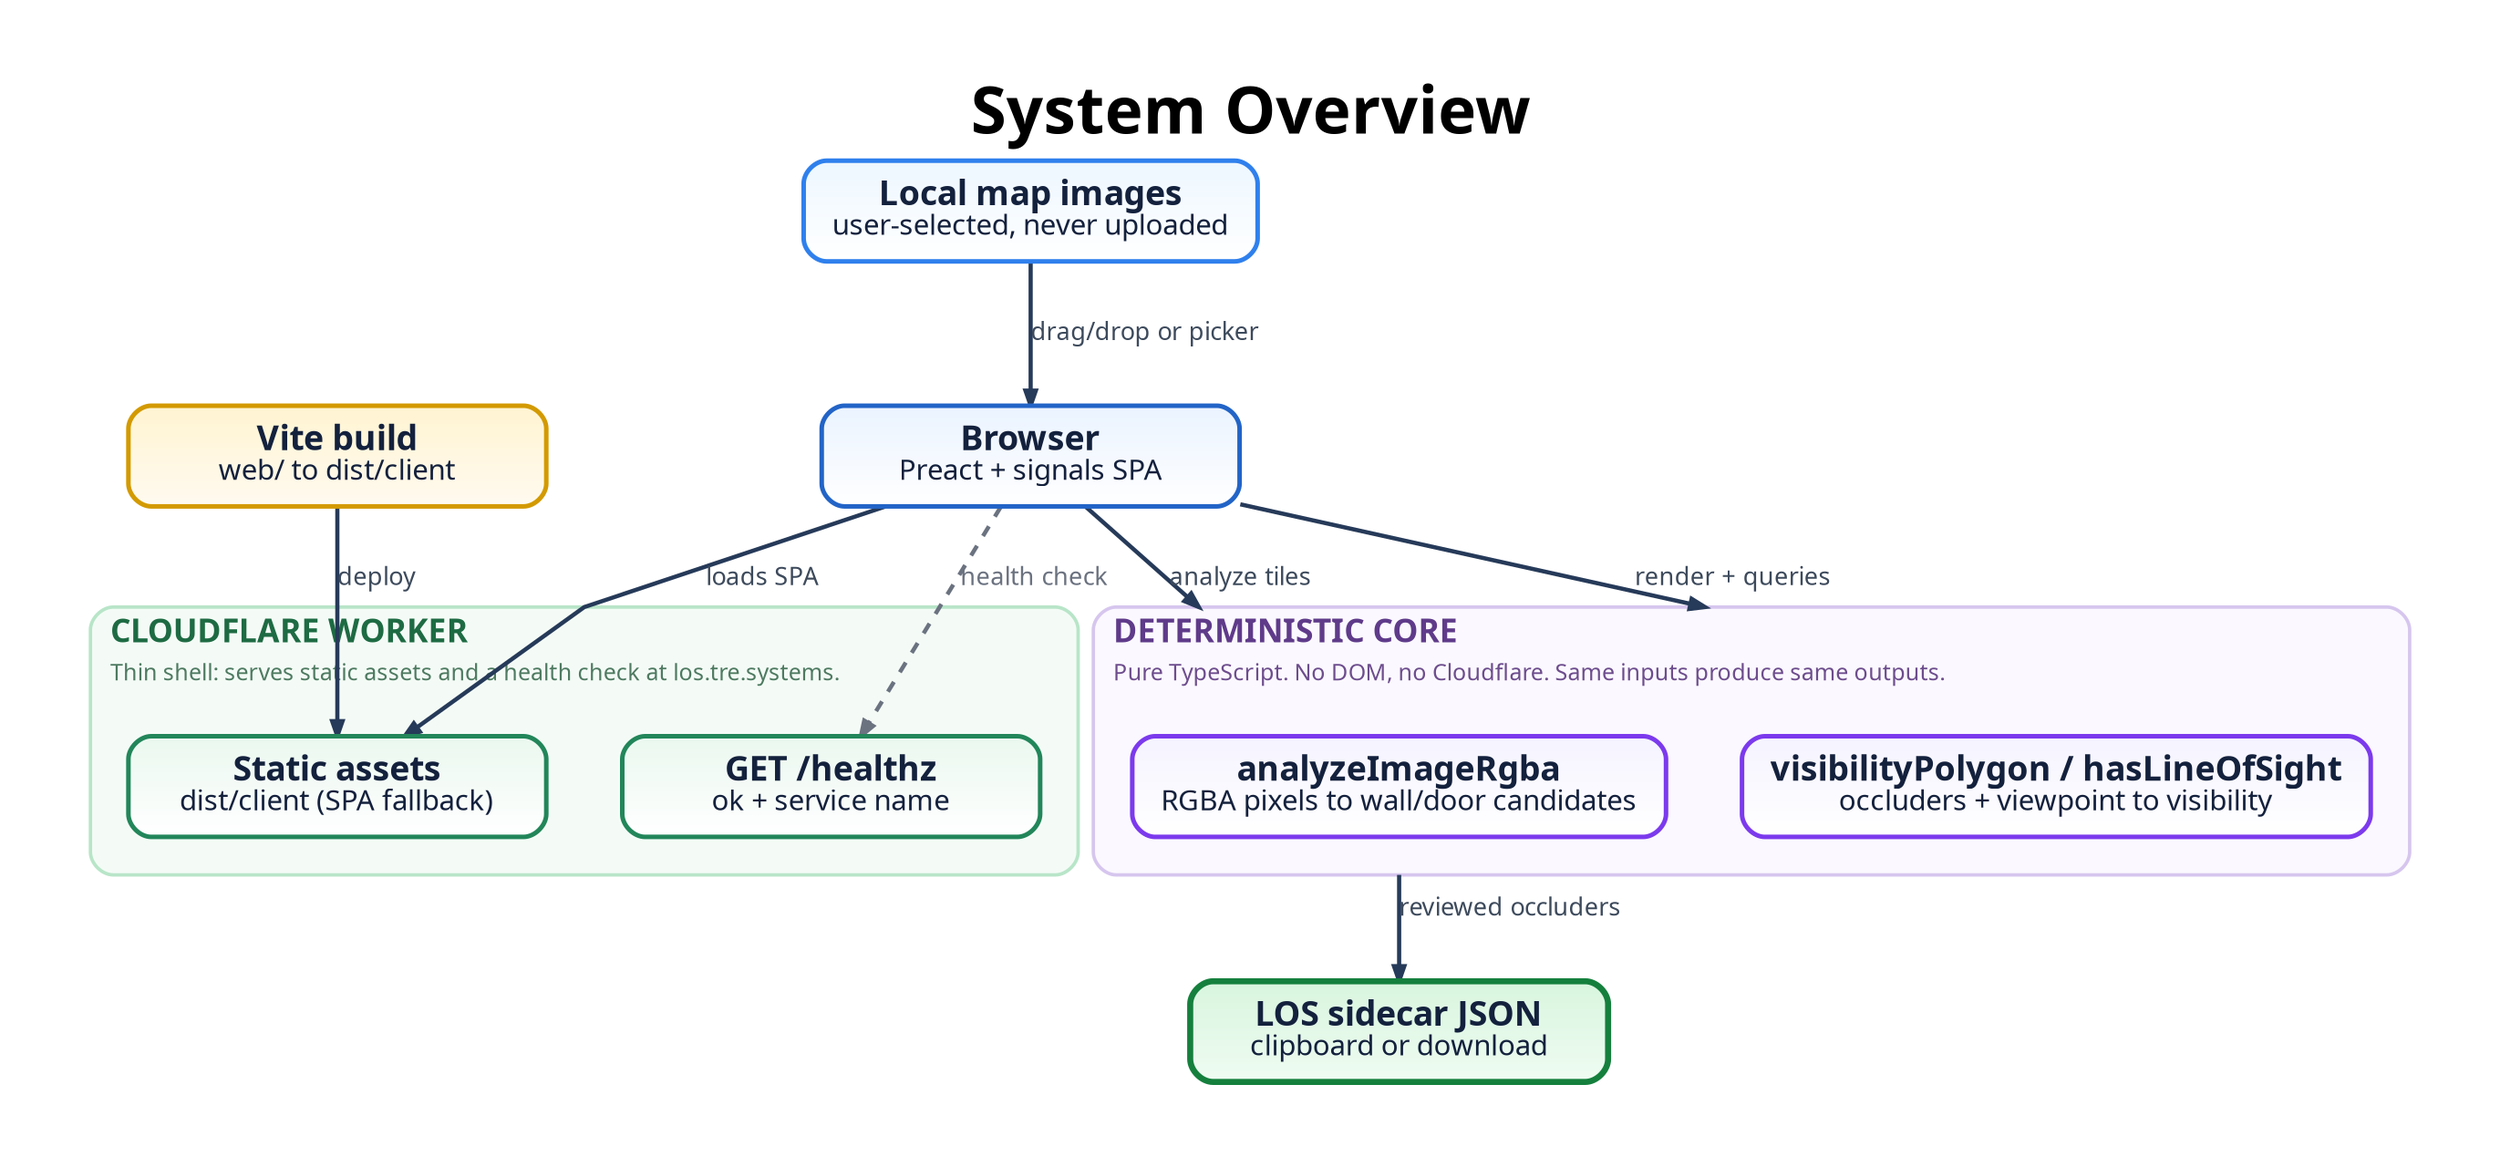
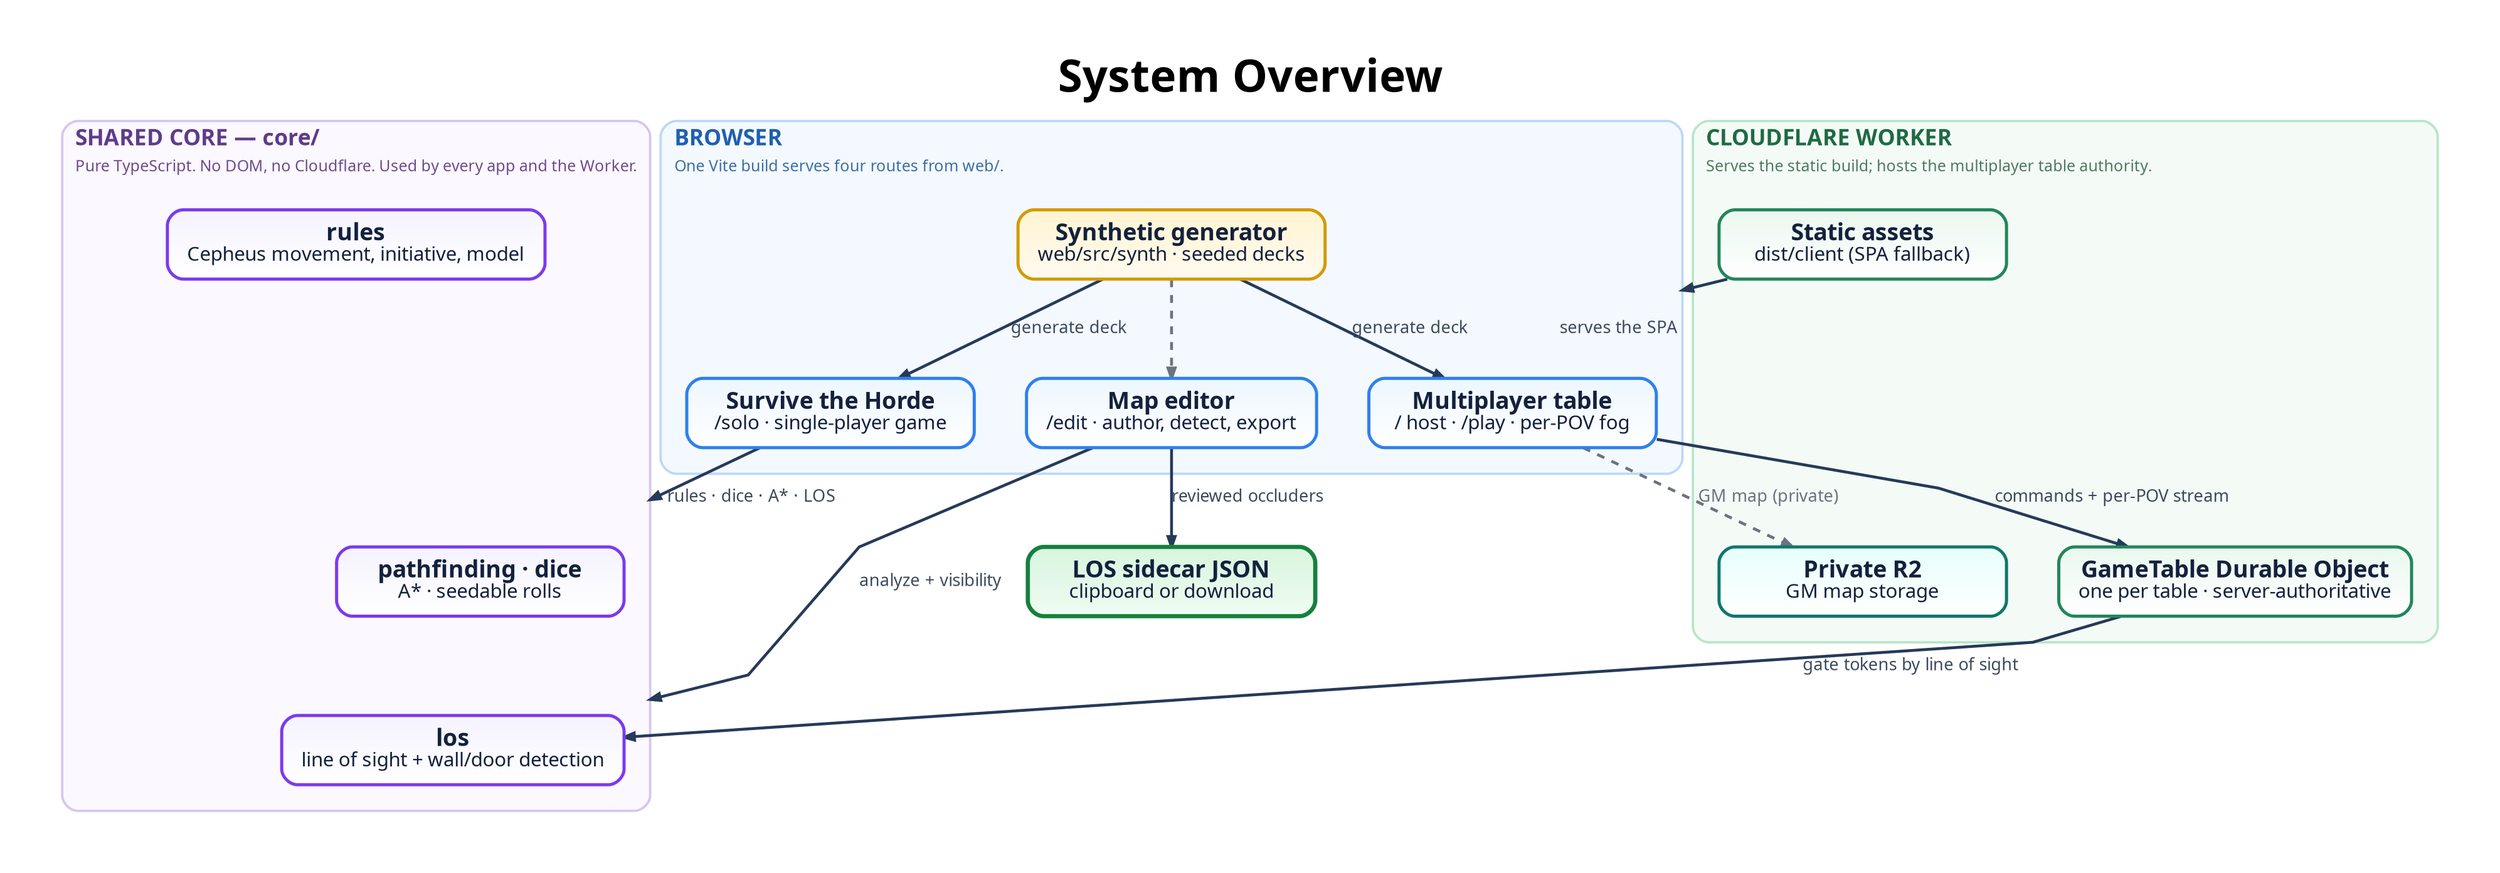
digraph SystemOverview {
  graph [
    rankdir=TB,
    bgcolor="#ffffff",
    pad="0.55",
    nodesep="0.55",
    ranksep="0.85",
    splines=polyline,
    outputorder=edgesfirst,
    compound=true,
    newrank=true,
    forcelabels=true,
    fontname="Avenir",
    label=<
      <TABLE BORDER="0" CELLBORDER="0" CELLSPACING="0" CELLPADDING="0">
        <TR><TD><FONT POINT-SIZE="34"><B>System Overview</B></FONT></TD></TR>
      </TABLE>
    >,
    labelloc=t,
    labeljust=c
  ];

  node [
    shape=box,
    style="rounded,filled",
    margin="0.21,0.13",
    width=3.05,
    height=0.74,
    fixedsize=false,
    fontname="Avenir",
    fontsize=18,
    penwidth=2.4,
    fontcolor="#14213d",
    color="#2264c7",
    fillcolor="#eaf3ff:#ffffff",
    gradientangle=270
  ];

  edge [
    color="#263a59",
    fontname="Avenir",
    fontsize=13,
    fontcolor="#3d4a5c",
    penwidth=2.2,
    arrowsize=0.78
  ];

-   // ---- Client surface (blue) ----
-   U1 [label=<<B>Browser</B><BR/><FONT POINT-SIZE="15">Preact + signals SPA</FONT>>];
-   IN [label=<<B>Local map images</B><BR/><FONT POINT-SIZE="15">user-selected, never uploaded</FONT>>, fillcolor="#edf7ff:#ffffff", color="#2f80ed"];
+   // ---- Browser: one Vite build, three apps + the generator (blue) ----
+   subgraph cluster_browser {
+     graph [
+       label=<
+         <TABLE BORDER="0" CELLBORDER="0" CELLSPACING="0" CELLPADDING="2">
+           <TR><TD ALIGN="LEFT"><FONT POINT-SIZE="17" COLOR="#1f5fb0"><B>BROWSER</B></FONT></TD></TR>
+           <TR><TD ALIGN="LEFT"><FONT POINT-SIZE="12" COLOR="#3f6ea5">One Vite build serves four routes from web/.</FONT></TD></TR>
+         </TABLE>
+       >,
+       labelloc=t,
+       labeljust=l,
+       color="#bcd8f7",
+       fillcolor="#f3f9ff",
+       style="rounded,filled",
+       penwidth=1.8,
+       margin=20
+     ];

-   // ---- Deterministic core (purple: pure, no side effects) ----
+     ED [label=<<B>Map editor</B><BR/><FONT POINT-SIZE="15">/edit · author, detect, export</FONT>>, fillcolor="#edf7ff:#ffffff", color="#2f80ed"];
+     TB [label=<<B>Multiplayer table</B><BR/><FONT POINT-SIZE="15">/ host · /play · per-POV fog</FONT>>, fillcolor="#edf7ff:#ffffff", color="#2f80ed"];
+     SO [label=<<B>Survive the Horde</B><BR/><FONT POINT-SIZE="15">/solo · single-player game</FONT>>, fillcolor="#edf7ff:#ffffff", color="#2f80ed"];
+     SY [label=<<B>Synthetic generator</B><BR/><FONT POINT-SIZE="15">web/src/synth · seeded decks</FONT>>, fillcolor="#fff4d1:#fffaf0", color="#d39a00"];
+   }
+ 
+   // ---- Shared deterministic core (purple) ----
  subgraph cluster_core {
    graph [
      label=<
        <TABLE BORDER="0" CELLBORDER="0" CELLSPACING="0" CELLPADDING="2">
-           <TR><TD ALIGN="LEFT"><FONT POINT-SIZE="17" COLOR="#5f3b8a"><B>DETERMINISTIC CORE</B></FONT></TD></TR>
-           <TR><TD ALIGN="LEFT"><FONT POINT-SIZE="12" COLOR="#6d4d8d">Pure TypeScript. No DOM, no Cloudflare. Same inputs produce same outputs.</FONT></TD></TR>
+           <TR><TD ALIGN="LEFT"><FONT POINT-SIZE="17" COLOR="#5f3b8a"><B>SHARED CORE — core/</B></FONT></TD></TR>
+           <TR><TD ALIGN="LEFT"><FONT POINT-SIZE="12" COLOR="#6d4d8d">Pure TypeScript. No DOM, no Cloudflare. Used by every app and the Worker.</FONT></TD></TR>
        </TABLE>
      >,
      labelloc=t,
      labeljust=l,
      color="#d6c6ee",
      fillcolor="#fbf8ff",
      style="rounded,filled",
      penwidth=1.8,
      margin=20
    ];

-     C1 [label=<<B>analyzeImageRgba</B><BR/><FONT POINT-SIZE="15">RGBA pixels to wall/door candidates</FONT>>, fillcolor="#f5f3ff:#ffffff", color="#7c3aed"];
-     C2 [label=<<B>visibilityPolygon / hasLineOfSight</B><BR/><FONT POINT-SIZE="15">occluders + viewpoint to visibility</FONT>>, fillcolor="#f5f3ff:#ffffff", color="#7c3aed"];
+     LOS [label=<<B>los</B><BR/><FONT POINT-SIZE="15">line of sight + wall/door detection</FONT>>, fillcolor="#f5f3ff:#ffffff", color="#7c3aed"];
+     RU [label=<<B>rules</B><BR/><FONT POINT-SIZE="15">Cepheus movement, initiative, model</FONT>>, fillcolor="#f5f3ff:#ffffff", color="#7c3aed"];
+     PF [label=<<B>pathfinding · dice</B><BR/><FONT POINT-SIZE="15">A* · seedable rolls</FONT>>, fillcolor="#f5f3ff:#ffffff", color="#7c3aed"];
  }

-   // ---- Cloudflare Worker (green: server code) ----
+   // ---- Cloudflare Worker + table authority (green / teal) ----
  subgraph cluster_worker {
    graph [
      label=<
        <TABLE BORDER="0" CELLBORDER="0" CELLSPACING="0" CELLPADDING="2">
          <TR><TD ALIGN="LEFT"><FONT POINT-SIZE="17" COLOR="#1e6b43"><B>CLOUDFLARE WORKER</B></FONT></TD></TR>
-           <TR><TD ALIGN="LEFT"><FONT POINT-SIZE="12" COLOR="#4e7a61">Thin shell: serves static assets and a health check at los.tre.systems.</FONT></TD></TR>
+           <TR><TD ALIGN="LEFT"><FONT POINT-SIZE="12" COLOR="#4e7a61">Serves the static build; hosts the multiplayer table authority.</FONT></TD></TR>
        </TABLE>
      >,
      labelloc=t,
      labeljust=l,
      color="#b8e5c8",
      fillcolor="#f4fbf6",
      style="rounded,filled",
      penwidth=1.8,
      margin=20
    ];

-     W1 [label=<<B>Static assets</B><BR/><FONT POINT-SIZE="15">dist/client (SPA fallback)</FONT>>, fillcolor="#eaf8ef:#ffffff", color="#22865a"];
-     W2 [label=<<B>GET /healthz</B><BR/><FONT POINT-SIZE="15">ok + service name</FONT>>, fillcolor="#eaf8ef:#ffffff", color="#22865a"];
+     WA [label=<<B>Static assets</B><BR/><FONT POINT-SIZE="15">dist/client (SPA fallback)</FONT>>, fillcolor="#eaf8ef:#ffffff", color="#22865a"];
+     DO [label=<<B>GameTable Durable Object</B><BR/><FONT POINT-SIZE="15">one per table · server-authoritative</FONT>>, fillcolor="#eaf8ef:#ffffff", color="#22865a"];
+     R2 [label=<<B>Private R2</B><BR/><FONT POINT-SIZE="15">GM map storage</FONT>>, fillcolor="#e6fffb:#ffffff", color="#0f766e"];
  }

-   // ---- Build (yellow: tooling step) ----
-   B1 [label=<<B>Vite build</B><BR/><FONT POINT-SIZE="15">web/ to dist/client</FONT>>, fillcolor="#fff4d1:#fffaf0", color="#d39a00"];
- 
-   // ---- Output (teal persistence) / terminal success (bold green) ----
-   OUT [label=<<B>LOS sidecar JSON</B><BR/><FONT POINT-SIZE="15">clipboard or download</FONT>>, fillcolor="#d8f5de:#effcf2", color="#15803d", penwidth=3.2];
+   // ---- Editor output (terminal green) ----
+   SC [label=<<B>LOS sidecar JSON</B><BR/><FONT POINT-SIZE="15">clipboard or download</FONT>>, fillcolor="#d8f5de:#effcf2", color="#15803d", penwidth=3.2];

  // ---- Edges ----
-   B1 -> W1 [label="deploy"];
-   U1 -> W1 [label="loads SPA"];
-   U1 -> W2 [label="health check", style=dashed, color="#6b7280", fontcolor="#6b7280"];
-   IN -> U1 [label="drag/drop or picker"];
-   U1 -> C1 [label="analyze tiles", lhead=cluster_core];
-   U1 -> C2 [label="render + queries", lhead=cluster_core];
-   C1 -> OUT [label="reviewed occluders", ltail=cluster_core];
+   WA -> ED [label="serves the SPA", lhead=cluster_browser];
+   SY -> TB [label="generate deck"];
+   SY -> SO [label="generate deck"];
+   SY -> ED [style=dashed, color="#6b7280", fontcolor="#6b7280"];
+ 
+   ED -> LOS [label="analyze + visibility", lhead=cluster_core];
+   ED -> SC [label="reviewed occluders"];
+   SO -> PF [label="rules · dice · A* · LOS", lhead=cluster_core];
+ 
+   TB -> DO [label="commands + per-POV stream"];
+   DO -> LOS [label="gate tokens by line of sight"];
+   TB -> R2 [label="GM map (private)", style=dashed, color="#6b7280", fontcolor="#6b7280"];
}
